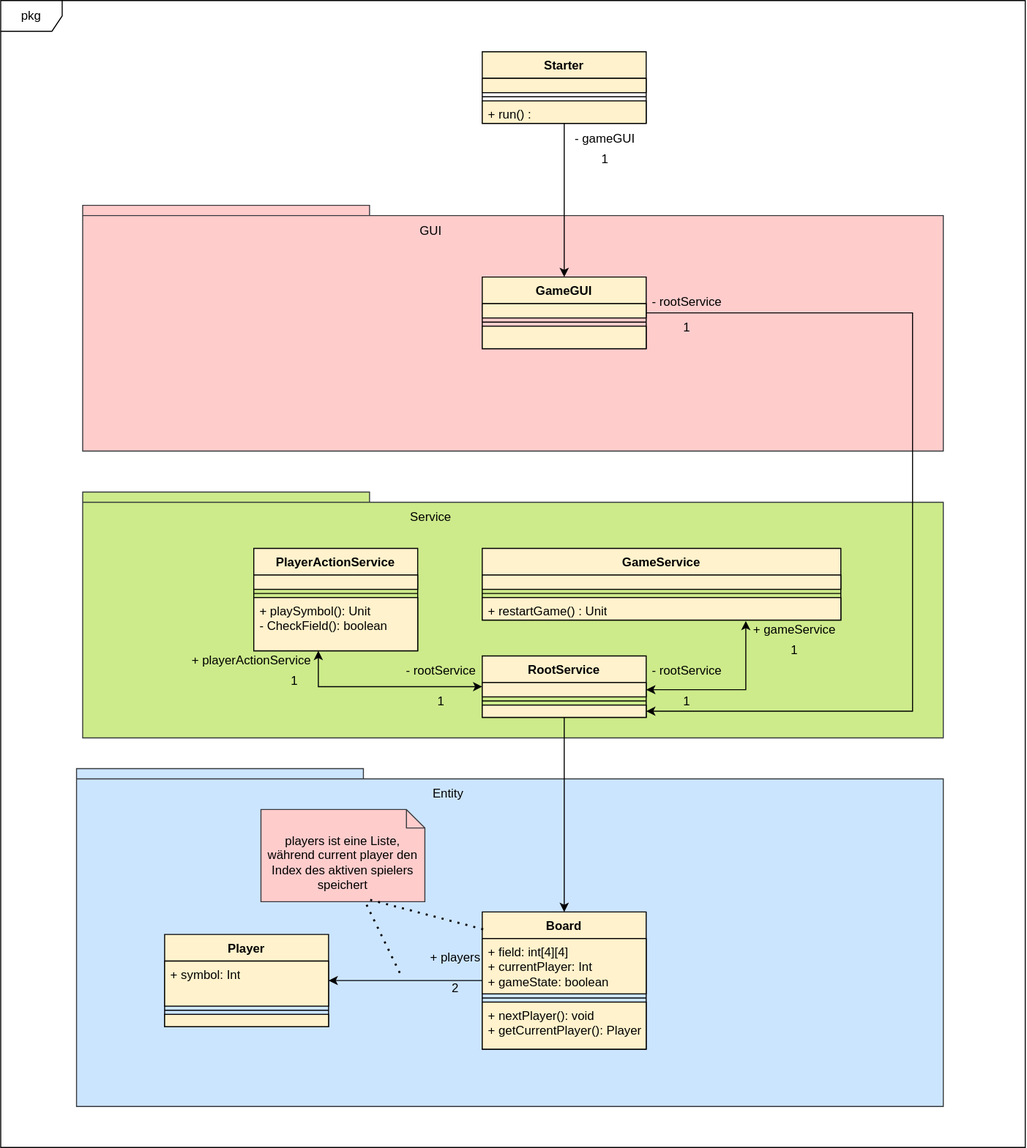
Earlier version of the draw.io export assets/diagrams/class_diagram.svg (Thopia03/3VerliertGame). Source tidied: cells renumbered, new cells last; positions are measured from the earlier drawing's top-left corner, leaving out a move shared by most shapes.
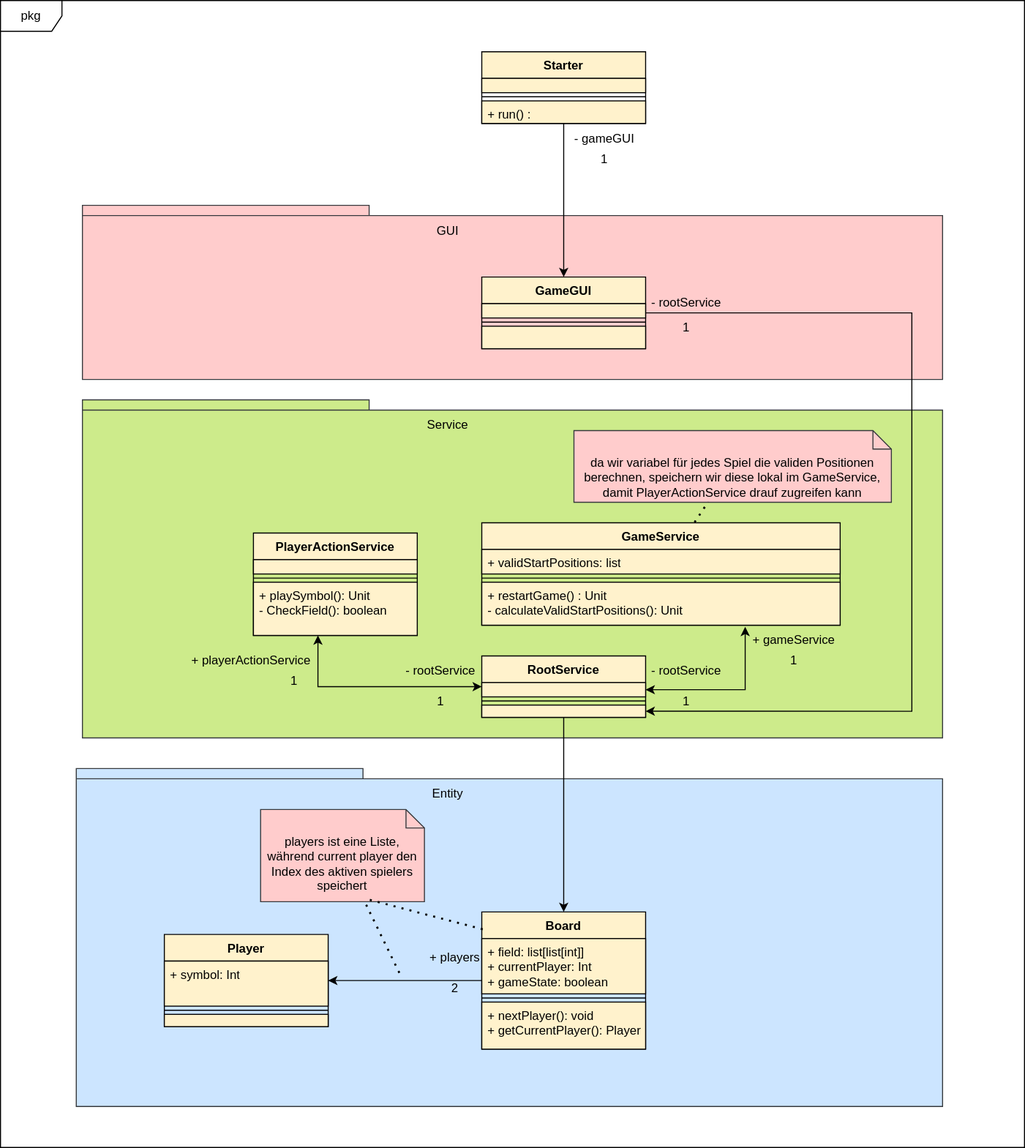
The same file after the commit.

Diff of the diagram source:
```diff
@@ -6,16 +6,16 @@
       <mxGeometry width="1000" height="1120" as="geometry" />
     </mxCell>
     <mxCell id="3" style="shape=folder;fontStyle=1;spacingTop=10;tabWidth=280;tabHeight=10;tabPosition=left;html=1;whiteSpace=wrap;fillColor=#ffcccc;strokeColor=#36393d;" parent="1" vertex="1">
-      <mxGeometry x="80" y="200" width="840" height="240" as="geometry" />
+      <mxGeometry x="80" y="200" width="840" height="170" as="geometry" />
     </mxCell>
     <mxCell id="4" value="&lt;font style=&quot;color: rgb(0, 0, 0);&quot;&gt;GUI&lt;/font&gt;" style="text;html=1;whiteSpace=wrap;align=center;verticalAlign=middle;rounded=0;" parent="1" vertex="1">
-      <mxGeometry x="390" y="210" width="60" height="30" as="geometry" />
+      <mxGeometry x="407" y="210" width="60" height="30" as="geometry" />
     </mxCell>
     <mxCell id="5" style="shape=folder;fontStyle=1;spacingTop=10;tabWidth=280;tabHeight=10;tabPosition=left;html=1;whiteSpace=wrap;fillColor=#cdeb8b;strokeColor=#36393d;" parent="1" vertex="1">
-      <mxGeometry x="80" y="480" width="840" height="240" as="geometry" />
+      <mxGeometry x="80" y="390" width="840" height="330" as="geometry" />
     </mxCell>
     <mxCell id="6" value="&lt;font style=&quot;color: rgb(0, 0, 0);&quot;&gt;Service&lt;/font&gt;" style="text;html=1;whiteSpace=wrap;align=center;verticalAlign=middle;rounded=0;" parent="1" vertex="1">
-      <mxGeometry x="390" y="490" width="60" height="30" as="geometry" />
+      <mxGeometry x="407" y="400" width="60" height="30" as="geometry" />
     </mxCell>
     <mxCell id="7" style="shape=folder;fontStyle=1;spacingTop=10;tabWidth=280;tabHeight=10;tabPosition=left;html=1;whiteSpace=wrap;fillColor=#cce5ff;strokeColor=#36393d;" parent="1" vertex="1">
       <mxGeometry x="74" y="750" width="846" height="330" as="geometry" />
@@ -26,7 +26,7 @@
     <mxCell id="9" value="&lt;font style=&quot;color: rgb(0, 0, 0);&quot;&gt;Board&lt;/font&gt;" style="swimlane;fontStyle=1;align=center;verticalAlign=top;horizontal=1;startSize=26;whiteSpace=wrap;html=1;fillColor=#FFF2CC;strokeColor=#000000;" parent="1" vertex="1">
       <mxGeometry x="470" y="890" width="160" height="134" as="geometry" />
     </mxCell>
-    <mxCell id="10" value="&lt;div&gt;&lt;font style=&quot;color: rgb(0, 0, 0);&quot;&gt;+ field: int[4][4]&lt;/font&gt;&lt;/div&gt;&lt;div&gt;&lt;font style=&quot;color: rgb(0, 0, 0);&quot;&gt;+ currentPlayer: Int&lt;/font&gt;&lt;/div&gt;&lt;div&gt;&lt;font style=&quot;color: rgb(0, 0, 0);&quot;&gt;+ gameState: boolean&lt;/font&gt;&lt;/div&gt;" style="text;strokeColor=#000000;fillColor=#FFF2CC;align=left;verticalAlign=top;spacingLeft=4;spacingRight=4;overflow=hidden;whiteSpace=wrap;html=1;" parent="9" vertex="1">
+    <mxCell id="10" value="&lt;div&gt;&lt;font style=&quot;color: rgb(0, 0, 0);&quot;&gt;+ field: list[list[int]]&lt;/font&gt;&lt;/div&gt;&lt;div&gt;&lt;font style=&quot;color: rgb(0, 0, 0);&quot;&gt;+ currentPlayer: Int&lt;/font&gt;&lt;/div&gt;&lt;div&gt;&lt;font style=&quot;color: rgb(0, 0, 0);&quot;&gt;+ gameState: boolean&lt;/font&gt;&lt;/div&gt;" style="text;strokeColor=#000000;fillColor=#FFF2CC;align=left;verticalAlign=top;spacingLeft=4;spacingRight=4;overflow=hidden;whiteSpace=wrap;html=1;" parent="9" vertex="1">
       <mxGeometry y="26" width="160" height="54" as="geometry" />
     </mxCell>
     <mxCell id="11" style="line;strokeWidth=1;fillColor=none;align=left;verticalAlign=middle;spacingTop=-1;spacingLeft=3;spacingRight=3;labelPosition=right;strokeColor=inherit;" parent="9" vertex="1">
@@ -66,7 +66,7 @@
       <mxGeometry y="48" width="160" height="12" as="geometry" />
     </mxCell>
     <mxCell id="23" value="&lt;font style=&quot;color: rgb(0, 0, 0);&quot;&gt;PlayerActionService&lt;/font&gt;" style="swimlane;fontStyle=1;align=center;verticalAlign=top;horizontal=1;startSize=26;whiteSpace=wrap;html=1;fillColor=#FFF2CC;strokeColor=#000000;" parent="1" vertex="1">
-      <mxGeometry x="247" y="535" width="160" height="100" as="geometry" />
+      <mxGeometry x="247" y="520" width="160" height="100" as="geometry" />
     </mxCell>
     <mxCell id="24" value="&lt;div&gt;&lt;br&gt;&lt;/div&gt;" style="text;strokeColor=#000000;fillColor=#FFF2CC;align=left;verticalAlign=top;spacingLeft=4;spacingRight=4;overflow=hidden;whiteSpace=wrap;html=1;" parent="23" vertex="1">
       <mxGeometry y="26" width="160" height="14" as="geometry" />
@@ -78,16 +78,16 @@
       <mxGeometry y="48" width="160" height="52" as="geometry" />
     </mxCell>
     <mxCell id="27" value="&lt;font style=&quot;color: rgb(0, 0, 0);&quot;&gt;GameService&lt;/font&gt;" style="swimlane;fontStyle=1;align=center;verticalAlign=top;horizontal=1;startSize=26;whiteSpace=wrap;html=1;fillColor=#FFF2CC;strokeColor=#000000;" parent="1" vertex="1">
-      <mxGeometry x="470" y="535" width="350" height="70" as="geometry" />
+      <mxGeometry x="470" y="510" width="350" height="100" as="geometry" />
     </mxCell>
-    <mxCell id="28" style="text;strokeColor=#000000;fillColor=#FFF2CC;align=left;verticalAlign=top;spacingLeft=4;spacingRight=4;overflow=hidden;whiteSpace=wrap;html=1;" parent="27" vertex="1">
-      <mxGeometry y="26" width="350" height="14" as="geometry" />
+    <mxCell id="28" value="&lt;font style=&quot;color: rgb(0, 0, 0);&quot;&gt;+ validStartPositions: list&lt;/font&gt;" style="text;strokeColor=#000000;fillColor=#FFF2CC;align=left;verticalAlign=top;spacingLeft=4;spacingRight=4;overflow=hidden;whiteSpace=wrap;html=1;" parent="27" vertex="1">
+      <mxGeometry y="26" width="350" height="24" as="geometry" />
     </mxCell>
     <mxCell id="29" style="line;strokeWidth=1;fillColor=none;align=left;verticalAlign=middle;spacingTop=-1;spacingLeft=3;spacingRight=3;labelPosition=right;strokeColor=inherit;" parent="27" vertex="1">
-      <mxGeometry y="40" width="350" height="8" as="geometry" />
+      <mxGeometry y="50" width="350" height="8" as="geometry" />
     </mxCell>
-    <mxCell id="30" value="&lt;span style=&quot;color: rgb(0, 0, 0);&quot;&gt;+ restartGame() : Unit&lt;/span&gt;" style="text;strokeColor=#000000;fillColor=#FFF2CC;align=left;verticalAlign=top;spacingLeft=4;spacingRight=4;overflow=hidden;points=[[0,0.5],[1,0.5]];portConstraint=eastwest;whiteSpace=wrap;html=1;" parent="27" vertex="1">
-      <mxGeometry y="48" width="350" height="22" as="geometry" />
+    <mxCell id="30" value="&lt;span style=&quot;color: rgb(0, 0, 0);&quot;&gt;+ restartGame() : Unit&lt;/span&gt;&lt;div&gt;&lt;font color=&quot;#000000&quot;&gt;- calculateValidStartPositions(): Unit&lt;/font&gt;&lt;/div&gt;" style="text;strokeColor=#000000;fillColor=#FFF2CC;align=left;verticalAlign=top;spacingLeft=4;spacingRight=4;overflow=hidden;points=[[0,0.5],[1,0.5]];portConstraint=eastwest;whiteSpace=wrap;html=1;" parent="27" vertex="1">
+      <mxGeometry y="58" width="350" height="42" as="geometry" />
     </mxCell>
     <mxCell id="31" value="&lt;font style=&quot;color: rgb(0, 0, 0);&quot;&gt;players ist eine Liste, während current player den Index des aktiven spielers speichert&lt;/font&gt;" style="shape=note2;boundedLbl=1;whiteSpace=wrap;html=1;size=18;verticalAlign=top;align=center;fillColor=#ffcccc;strokeColor=#36393d;" parent="1" vertex="1">
       <mxGeometry x="254" y="790" width="160" height="90" as="geometry" />
@@ -141,7 +141,11 @@
       </mxGeometry>
     </mxCell>
     <mxCell id="46" style="edgeStyle=orthogonalEdgeStyle;rounded=0;jettySize=auto;html=1;entryX=0.735;entryY=1.038;entryDx=0;entryDy=0;entryPerimeter=0;strokeColor=#000000;startArrow=classic;startFill=1;" parent="1" edge="1" source="20" target="30">
-      <mxGeometry relative="1" as="geometry" />
+      <mxGeometry relative="1" as="geometry">
+        <Array as="points">
+          <mxPoint x="727" y="673" />
+        </Array>
+      </mxGeometry>
     </mxCell>
     <mxCell id="47" style="edgeStyle=orthogonalEdgeStyle;rounded=0;jettySize=auto;html=1;entryX=1;entryY=0.5;entryDx=0;entryDy=0;strokeColor=#000000;" parent="1" edge="1" source="36" target="22">
       <mxGeometry relative="1" as="geometry">
@@ -166,7 +170,7 @@
     <mxCell id="52" value="&lt;font style=&quot;color: rgb(0, 0, 0);&quot;&gt;- &lt;font style=&quot;color: rgb(0, 0, 0);&quot;&gt;rootService&lt;/font&gt;&lt;/font&gt;" style="text;html=1;whiteSpace=wrap;strokeColor=none;fillColor=none;align=center;verticalAlign=middle;rounded=0;" parent="1" vertex="1">
       <mxGeometry x="390" y="640" width="80" height="30" as="geometry" />
     </mxCell>
-    <mxCell id="53" value="&lt;font style=&quot;color: rgb(0, 0, 0);&quot;&gt;- &lt;font style=&quot;color: rgb(0, 0, 0);&quot;&gt;rootService&lt;/font&gt;&lt;/font&gt;" style="text;html=1;whiteSpace=wrap;strokeColor=none;fillColor=none;align=center;verticalAlign=middle;rounded=0;" parent="1" vertex="1">
+    <mxCell id="53" value="&lt;font style=&quot;color: rgb(0, 0, 0);&quot;&gt;- &lt;font style=&quot;color: rgb(0, 0, 0);&quot;&gt;rootService&lt;/font&gt;&lt;/font&gt;" style="text;html=1;whiteSpace=wrap;strokeColor=none;fillColor=none;align=center;verticalAlign=middle;rounded=0;rotation=0;" parent="1" vertex="1">
       <mxGeometry x="630" y="640" width="80" height="30" as="geometry" />
     </mxCell>
     <mxCell id="54" value="&lt;font color=&quot;#000000&quot;&gt;1&lt;/font&gt;" style="text;html=1;whiteSpace=wrap;strokeColor=none;fillColor=none;align=center;verticalAlign=middle;rounded=0;" parent="1" vertex="1">
@@ -182,10 +186,16 @@
       <mxGeometry x="247" y="650" width="80" height="30" as="geometry" />
     </mxCell>
     <mxCell id="58" value="&lt;font color=&quot;#000000&quot;&gt;+ gameService&lt;/font&gt;" style="text;html=1;whiteSpace=wrap;strokeColor=none;fillColor=none;align=center;verticalAlign=middle;rounded=0;" parent="1" vertex="1">
-      <mxGeometry x="710" y="600" width="130" height="30" as="geometry" />
+      <mxGeometry x="710" y="610" width="130" height="30" as="geometry" />
     </mxCell>
     <mxCell id="59" value="&lt;font color=&quot;#000000&quot;&gt;1&lt;/font&gt;" style="text;html=1;whiteSpace=wrap;strokeColor=none;fillColor=none;align=center;verticalAlign=middle;rounded=0;" parent="1" vertex="1">
-      <mxGeometry x="735" y="620" width="80" height="30" as="geometry" />
+      <mxGeometry x="735" y="630" width="80" height="30" as="geometry" />
     </mxCell>
+    <mxCell id="60" value="&lt;font color=&quot;#000000&quot;&gt;da wir variabel für jedes Spiel die validen Positionen berechnen, speichern wir diese lokal im GameService, damit PlayerActionService drauf zugreifen kann&lt;/font&gt;" style="shape=note2;boundedLbl=1;whiteSpace=wrap;html=1;size=18;verticalAlign=top;align=center;fillColor=#ffcccc;strokeColor=#36393d;" parent="1" vertex="1">
+      <mxGeometry x="560" y="420" width="310" height="70" as="geometry" />
+    </mxCell>
+    <mxCell id="61" style="endArrow=none;dashed=1;html=1;dashPattern=1 3;strokeWidth=2;rounded=0;strokeColor=#000000;" parent="1" edge="1" source="27" target="60">
+      <mxGeometry relative="1" as="geometry" />
+    </mxCell>
   </root>
 </mxGraphModel>
```
